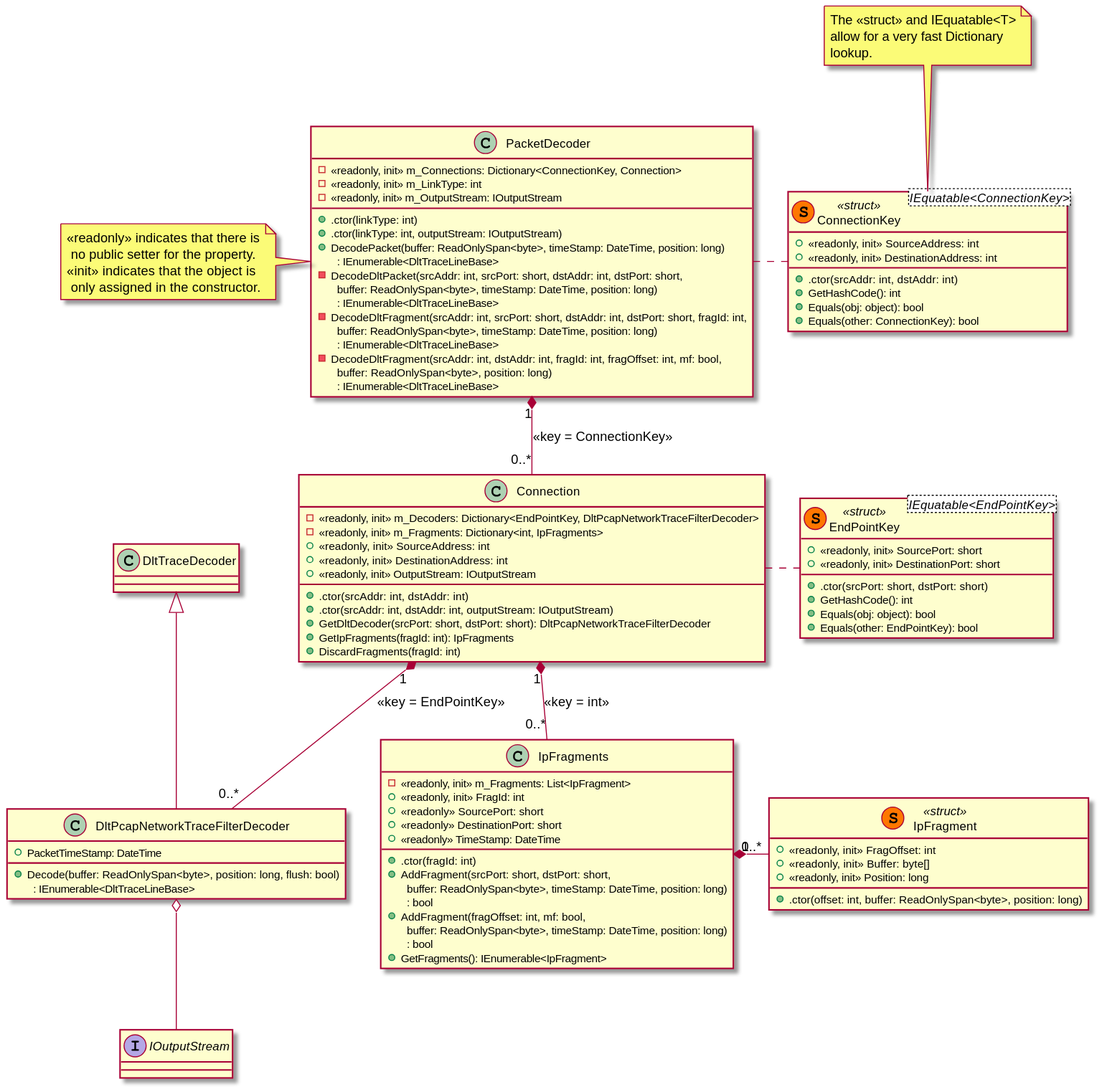
jcurl/RJCP.DLL.Log keeps this PlantUML diagram as apps/DltDump/docs/out/diagrams/dltpacketdecoder/DltPcapPacketDecoder.svg. Above is the earlier version. Its diagram source:
```plantuml
@startuml DltPcapPacketDecoder

class PacketDecoder {
    -<<readonly, init>> m_Connections: Dictionary<ConnectionKey, Connection>
    -<<readonly, init>> m_LinkType: int
    -<<readonly, init>> m_OutputStream: IOutputStream
    +.ctor(linkType: int)
    +.ctor(linkType: int, outputStream: IOutputStream)
    +DecodePacket(buffer: ReadOnlySpan<byte>, timeStamp: DateTime, position: long)\n  : IEnumerable<DltTraceLineBase>
    -DecodeDltPacket(srcAddr: int, srcPort: short, dstAddr: int, dstPort: short,\n  buffer: ReadOnlySpan<byte>, timeStamp: DateTime, position: long)\n  : IEnumerable<DltTraceLineBase>
    -DecodeDltFragment(srcAddr: int, srcPort: short, dstAddr: int, dstPort: short, fragId: int,\n  buffer: ReadOnlySpan<byte>, timeStamp: DateTime, position: long)\n  : IEnumerable<DltTraceLineBase>
    -DecodeDltFragment(srcAddr: int, dstAddr: int, fragId: int, fragOffset: int, mf: bool,\n  buffer: ReadOnlySpan<byte>, position: long)\n  : IEnumerable<DltTraceLineBase>
}

note left {
    <<readonly>> indicates that there is
     no public setter for the property.
    <<init>> indicates that the object is
     only assigned in the constructor.
}

class ConnectionKey<IEquatable<ConnectionKey>> <<(S,#FF7700) struct>> {
    +<<readonly, init>> SourceAddress: int
    +<<readonly, init>> DestinationAddress: int
    +.ctor(srcAddr: int, dstAddr: int)
    +GetHashCode(): int
    +Equals(obj: object): bool
    +Equals(other: ConnectionKey): bool
}

note top {
    The <<struct>> and IEquatable<T>
    allow for a very fast Dictionary
    lookup.
}

PacketDecoder .r. ConnectionKey

class Connection {
    -<<readonly, init>> m_Decoders: Dictionary<EndPointKey, DltPcapNetworkTraceFilterDecoder>
    -<<readonly, init>> m_Fragments: Dictionary<int, IpFragments>
    +<<readonly, init>> SourceAddress: int
    +<<readonly, init>> DestinationAddress: int
    +<<readonly, init>> OutputStream: IOutputStream
    +.ctor(srcAddr: int, dstAddr: int)
    +.ctor(srcAddr: int, dstAddr: int, outputStream: IOutputStream)
    +GetDltDecoder(srcPort: short, dstPort: short): DltPcapNetworkTraceFilterDecoder
    +GetIpFragments(fragId: int): IpFragments
    +DiscardFragments(fragId: int)
}

PacketDecoder "1" *-d- "0..*" Connection : <<key = ConnectionKey>>

class EndPointKey<IEquatable<EndPointKey>> <<(S,#FF7700) struct>> {
    +<<readonly, init>> SourcePort: short
    +<<readonly, init>> DestinationPort: short
    +.ctor(srcPort: short, dstPort: short)
    +GetHashCode(): int
    +Equals(obj: object): bool
    +Equals(other: EndPointKey): bool
}

class DltPcapNetworkTraceFilterDecoder {
    +PacketTimeStamp: DateTime
    +Decode(buffer: ReadOnlySpan<byte>, position: long, flush: bool)\n  : IEnumerable<DltTraceLineBase>
}

Connection "1" *-d- "0..*" DltPcapNetworkTraceFilterDecoder : <<key = EndPointKey>>
Connection .r. EndPointKey

class DltTraceDecoder
DltPcapNetworkTraceFilterDecoder -u-|> DltTraceDecoder

interface IOutputStream
DltPcapNetworkTraceFilterDecoder o-d- IOutputStream

class IpFragment <<(S,#FF7700) struct>> {
    +<<readonly, init>> FragOffset: int
    +<<readonly, init>> Buffer: byte[]
    +<<readonly, init>> Position: long
    +.ctor(offset: int, buffer: ReadOnlySpan<byte>, position: long)
}

class IpFragments {
    -<<readonly, init>> m_Fragments: List<IpFragment>
    +<<readonly, init>> FragId: int
    +<<readonly>> SourcePort: short
    +<<readonly>> DestinationPort: short
    +<<readonly>> TimeStamp: DateTime
    +.ctor(fragId: int)
    +AddFragment(srcPort: short, dstPort: short,\n  buffer: ReadOnlySpan<byte>, timeStamp: DateTime, position: long)\n  : bool
    +AddFragment(fragOffset: int, mf: bool,\n  buffer: ReadOnlySpan<byte>, timeStamp: DateTime, position: long)\n  : bool
    +GetFragments(): IEnumerable<IpFragment>
}
IpFragments "1" *-r- "0..*" IpFragment
Connection "1" *-d- "0..*" IpFragments : <<key = int>>

@enduml
```
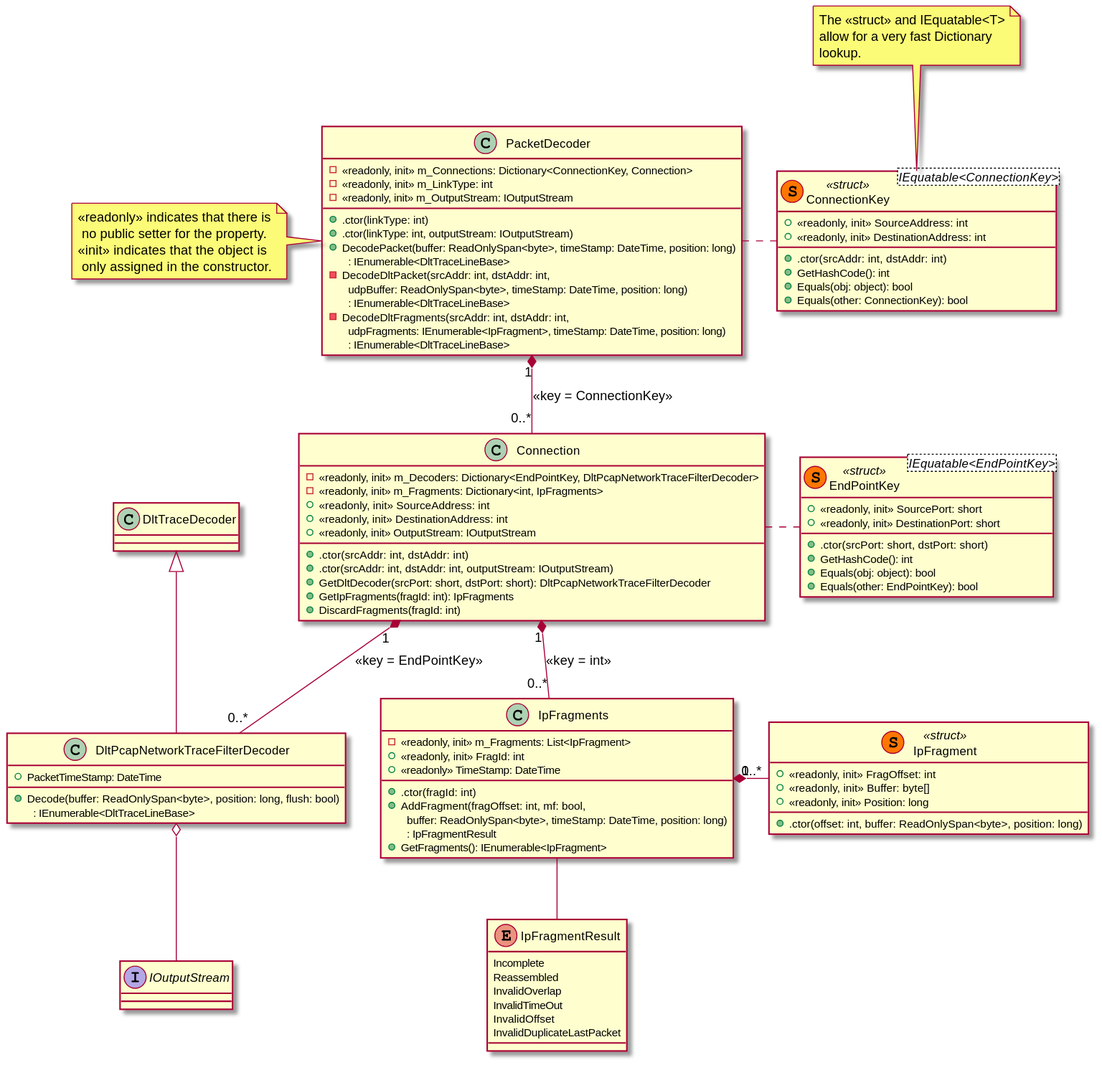
Above is the later version.

Commit message:
DltDump: Implement IpFragments

What changed in the source:
```diff
@@ -7,9 +7,8 @@
     +.ctor(linkType: int)
     +.ctor(linkType: int, outputStream: IOutputStream)
     +DecodePacket(buffer: ReadOnlySpan<byte>, timeStamp: DateTime, position: long)\n  : IEnumerable<DltTraceLineBase>
-    -DecodeDltPacket(srcAddr: int, srcPort: short, dstAddr: int, dstPort: short,\n  buffer: ReadOnlySpan<byte>, timeStamp: DateTime, position: long)\n  : IEnumerable<DltTraceLineBase>
-    -DecodeDltFragment(srcAddr: int, srcPort: short, dstAddr: int, dstPort: short, fragId: int,\n  buffer: ReadOnlySpan<byte>, timeStamp: DateTime, position: long)\n  : IEnumerable<DltTraceLineBase>
-    -DecodeDltFragment(srcAddr: int, dstAddr: int, fragId: int, fragOffset: int, mf: bool,\n  buffer: ReadOnlySpan<byte>, position: long)\n  : IEnumerable<DltTraceLineBase>
+    -DecodeDltPacket(srcAddr: int, dstAddr: int,\n  udpBuffer: ReadOnlySpan<byte>, timeStamp: DateTime, position: long)\n  : IEnumerable<DltTraceLineBase>
+    -DecodeDltFragments(srcAddr: int, dstAddr: int,\n  udpFragments: IEnumerable<IpFragment>, timeStamp: DateTime, position: long)\n  : IEnumerable<DltTraceLineBase>
 }
 
 note left {
@@ -84,15 +83,22 @@
 class IpFragments {
     -<<readonly, init>> m_Fragments: List<IpFragment>
     +<<readonly, init>> FragId: int
-    +<<readonly>> SourcePort: short
-    +<<readonly>> DestinationPort: short
     +<<readonly>> TimeStamp: DateTime
     +.ctor(fragId: int)
-    +AddFragment(srcPort: short, dstPort: short,\n  buffer: ReadOnlySpan<byte>, timeStamp: DateTime, position: long)\n  : bool
-    +AddFragment(fragOffset: int, mf: bool,\n  buffer: ReadOnlySpan<byte>, timeStamp: DateTime, position: long)\n  : bool
+    +AddFragment(fragOffset: int, mf: bool,\n  buffer: ReadOnlySpan<byte>, timeStamp: DateTime, position: long)\n  : IpFragmentResult
     +GetFragments(): IEnumerable<IpFragment>
 }
 IpFragments "1" *-r- "0..*" IpFragment
 Connection "1" *-d- "0..*" IpFragments : <<key = int>>
 
+enum IpFragmentResult {
+    Incomplete
+    Reassembled
+    InvalidOverlap
+    InvalidTimeOut
+    InvalidOffset
+    InvalidDuplicateLastPacket
+}
+IpFragments -d- IpFragmentResult
+
 @enduml
```
